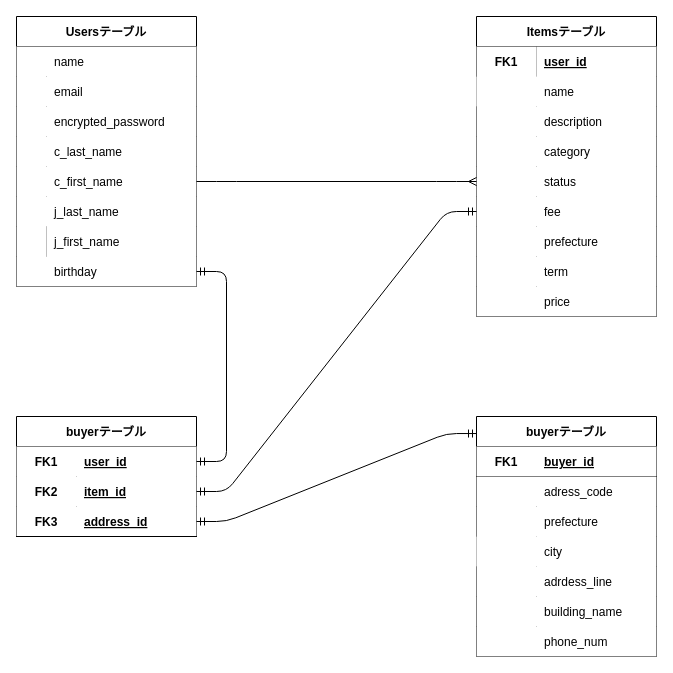
This is furima.dio from tochisuke221/furima-35388, a draw.io file, before an edit. Source tidied: cells renumbered, new cells numbered last; positions are measured from the earlier drawing's top-left corner, leaving out a move shared by most shapes. Both pictures are drawn from the tidied source at 100%, with x=0, y=0 at pixel (16, 16).
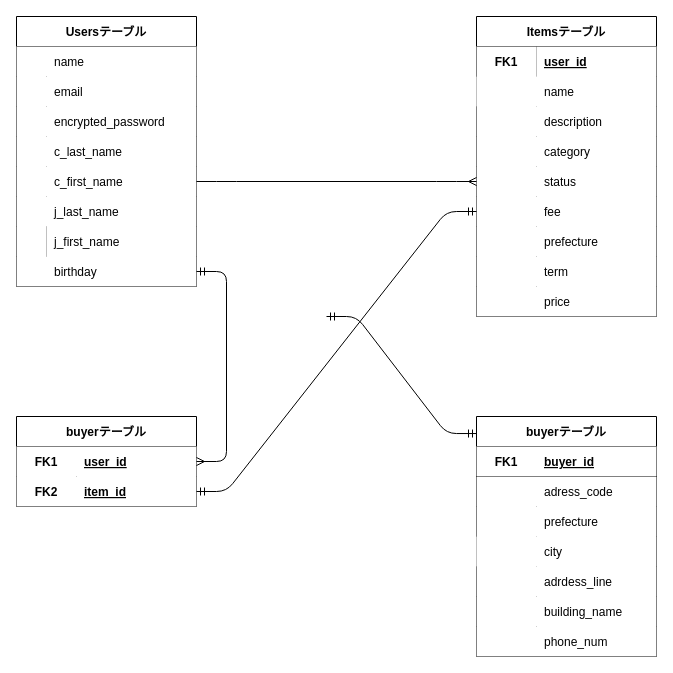
The same diagram, later.

Commit message (it also covers changes not shown here):
修正：絶対これでいける

The change refers to these unchanged cells:
```xml
<mxCell id="52" style="shape=partialRectangle;top=0;left=0;bottom=0;right=0;points=[[0,0.5],[1,0.5]];portConstraint=eastwest;" parent="30" vertex="1">
  <mxGeometry y="240" width="180" height="30" as="geometry" />
</mxCell>
<mxCell id="56" style="shape=partialRectangle;top=0;left=0;bottom=0;right=0;points=[[0,0.5],[1,0.5]];portConstraint=eastwest;" parent="55" vertex="1">
  <mxGeometry y="30" width="180" height="30" as="geometry" />
</mxCell>
<mxCell id="65" value="buyerテーブル" style="shape=table;startSize=30;childLayout=tableLayout;rowLines=0;fontStyle=1;align=center;" parent="1" vertex="1">
  <mxGeometry x="460" y="400" width="180" height="240" as="geometry" />
</mxCell>
```

What changed in the source:
```diff
@@
     <mxCell id="55" value="buyerテーブル" style="shape=table;startSize=30;childLayout=tableLayout;rowLines=0;fontStyle=1;align=center;" parent="1" vertex="1">
-      <mxGeometry y="400" width="180" height="120" as="geometry" />
+      <mxGeometry y="400" width="180" height="90" as="geometry" />
     </mxCell>
@@
-    <mxCell id="62" style="shape=partialRectangle;top=0;left=0;bottom=1;right=0;points=[[0,0.5],[1,0.5]];portConstraint=eastwest;" parent="55" vertex="1">
-      <mxGeometry y="90" width="180" height="30" as="geometry" />
-    </mxCell>
-    <mxCell id="63" value="FK3" style="shape=partialRectangle;fillColor=none;top=0;left=0;bottom=0;right=0;fontStyle=1;overflow=hidden;" parent="62" vertex="1">
-      <mxGeometry width="60" height="30" as="geometry" />
-    </mxCell>
-    <mxCell id="64" value="address_id" style="shape=partialRectangle;fillColor=none;top=0;left=0;bottom=0;right=0;align=left;spacingLeft=6;fontStyle=5;overflow=hidden;" parent="62" vertex="1">
-      <mxGeometry x="60" width="120" height="30" as="geometry" />
-    </mxCell>
@@
-    <mxCell id="89" style="edgeStyle=entityRelationEdgeStyle;fontSize=12;html=1;endArrow=ERmandOne;startArrow=ERmandOne;exitX=1;exitY=0.5;exitDx=0;exitDy=0;" parent="1" edge="1" source="56" target="52">
+    <mxCell id="89" style="edgeStyle=entityRelationEdgeStyle;fontSize=12;html=1;endArrow=ERmandOne;startArrow=ERmany;exitX=1;exitY=0.5;exitDx=0;exitDy=0;endFill=0;startFill=0;" parent="1" edge="1" source="56" target="52">
       <mxGeometry relative="1" as="geometry" />
     </mxCell>
-    <mxCell id="90" style="edgeStyle=entityRelationEdgeStyle;fontSize=12;html=1;endArrow=ERmandOne;startArrow=ERmandOne;exitX=1;exitY=0.5;exitDx=0;exitDy=0;entryX=0;entryY=0.071;entryDx=0;entryDy=0;entryPerimeter=0;" parent="1" edge="1" source="62" target="65">
-      <mxGeometry relative="1" as="geometry" />
+    <mxCell id="90" style="edgeStyle=entityRelationEdgeStyle;fontSize=12;html=1;endArrow=ERmandOne;startArrow=ERmandOne;exitX=1;exitY=0.5;exitDx=0;exitDy=0;entryX=0;entryY=0.071;entryDx=0;entryDy=0;entryPerimeter=0;" parent="1" edge="1" target="65">
+      <mxGeometry relative="1" as="geometry">
+        <mxPoint x="310" y="300" as="sourcePoint" />
+      </mxGeometry>
     </mxCell>
```
